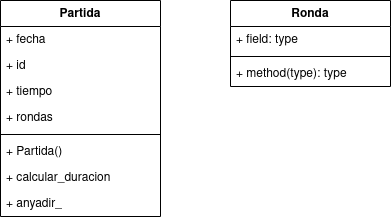
jdabrante/proyecto_ets keeps this draw.io diagram as doc/diagrama_clases/diagrama_clases.png. Above is the earlier version. Source tidied: cells renumbered, new cells last; positions are measured from the earlier drawing's top-left corner, leaving out a move shared by most shapes. The source it was exported from:
```xml
<mxGraphModel>
  <root>
    <mxCell id="0" />
    <mxCell id="1" parent="0" />
    <mxCell id="2" value="Partida" style="swimlane;fontStyle=1;align=center;verticalAlign=top;horizontal=1;startSize=26;whiteSpace=wrap;html=1;" parent="1" vertex="1">
      <mxGeometry width="160" height="216" as="geometry" />
    </mxCell>
    <mxCell id="3" value="&lt;div&gt;+ fecha&lt;/div&gt;&lt;div&gt;&lt;br&gt;&lt;/div&gt;" style="text;strokeColor=none;fillColor=none;align=left;verticalAlign=top;spacingLeft=4;spacingRight=4;overflow=hidden;whiteSpace=wrap;html=1;" parent="2" vertex="1">
      <mxGeometry y="26" width="160" height="26" as="geometry" />
    </mxCell>
    <mxCell id="4" value="+ id" style="text;strokeColor=none;fillColor=none;align=left;verticalAlign=top;spacingLeft=4;spacingRight=4;overflow=hidden;whiteSpace=wrap;html=1;" parent="2" vertex="1">
      <mxGeometry y="52" width="160" height="26" as="geometry" />
    </mxCell>
    <mxCell id="5" value="+ tiempo" style="text;strokeColor=none;fillColor=none;align=left;verticalAlign=top;spacingLeft=4;spacingRight=4;overflow=hidden;whiteSpace=wrap;html=1;" parent="2" vertex="1">
      <mxGeometry y="78" width="160" height="26" as="geometry" />
    </mxCell>
    <mxCell id="6" value="+ rondas " style="text;strokeColor=none;fillColor=none;align=left;verticalAlign=top;spacingLeft=4;spacingRight=4;overflow=hidden;whiteSpace=wrap;html=1;" parent="2" vertex="1">
      <mxGeometry y="104" width="160" height="26" as="geometry" />
    </mxCell>
    <mxCell id="7" style="line;strokeWidth=1;fillColor=none;align=left;verticalAlign=middle;spacingTop=-1;spacingLeft=3;spacingRight=3;labelPosition=right;strokeColor=inherit;" parent="2" vertex="1">
      <mxGeometry y="130" width="160" height="8" as="geometry" />
    </mxCell>
    <mxCell id="8" value="&lt;div&gt;+ Partida()&lt;/div&gt;&lt;div&gt;&lt;br&gt;&lt;/div&gt;" style="text;strokeColor=none;fillColor=none;align=left;verticalAlign=top;spacingLeft=4;spacingRight=4;overflow=hidden;whiteSpace=wrap;html=1;" parent="2" vertex="1">
      <mxGeometry y="138" width="160" height="26" as="geometry" />
    </mxCell>
    <mxCell id="9" value="+ calcular_duracion" style="text;strokeColor=none;fillColor=none;align=left;verticalAlign=top;spacingLeft=4;spacingRight=4;overflow=hidden;whiteSpace=wrap;html=1;" parent="2" vertex="1">
      <mxGeometry y="164" width="160" height="26" as="geometry" />
    </mxCell>
    <mxCell id="10" value="+ anyadir_" style="text;strokeColor=none;fillColor=none;align=left;verticalAlign=top;spacingLeft=4;spacingRight=4;overflow=hidden;whiteSpace=wrap;html=1;" parent="2" vertex="1">
      <mxGeometry y="190" width="160" height="26" as="geometry" />
    </mxCell>
    <mxCell id="11" value="Ronda" style="swimlane;fontStyle=1;align=center;verticalAlign=top;horizontal=1;startSize=26;whiteSpace=wrap;html=1;" parent="1" vertex="1">
      <mxGeometry x="230" width="160" height="86" as="geometry" />
    </mxCell>
    <mxCell id="12" value="+ field: type" style="text;strokeColor=none;fillColor=none;align=left;verticalAlign=top;spacingLeft=4;spacingRight=4;overflow=hidden;whiteSpace=wrap;html=1;" parent="11" vertex="1">
      <mxGeometry y="26" width="160" height="26" as="geometry" />
    </mxCell>
    <mxCell id="13" style="line;strokeWidth=1;fillColor=none;align=left;verticalAlign=middle;spacingTop=-1;spacingLeft=3;spacingRight=3;labelPosition=right;strokeColor=inherit;" parent="11" vertex="1">
      <mxGeometry y="52" width="160" height="8" as="geometry" />
    </mxCell>
    <mxCell id="14" value="+ method(type): type" style="text;strokeColor=none;fillColor=none;align=left;verticalAlign=top;spacingLeft=4;spacingRight=4;overflow=hidden;whiteSpace=wrap;html=1;" parent="11" vertex="1">
      <mxGeometry y="60" width="160" height="26" as="geometry" />
    </mxCell>
  </root>
</mxGraphModel>
```
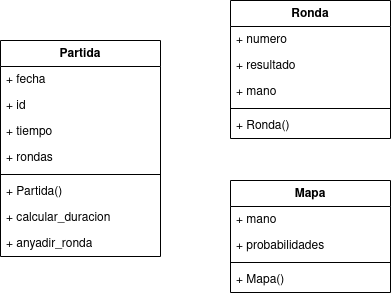
The same diagram one commit later.

The edit, as a diff of the source:
```diff
@@ -3,7 +3,7 @@
     <mxCell id="0" />
     <mxCell id="1" parent="0" />
     <mxCell id="2" value="Partida" style="swimlane;fontStyle=1;align=center;verticalAlign=top;horizontal=1;startSize=26;whiteSpace=wrap;html=1;" parent="1" vertex="1">
-      <mxGeometry width="160" height="216" as="geometry" />
+      <mxGeometry x="-260" y="110" width="160" height="216" as="geometry" />
     </mxCell>
     <mxCell id="3" value="&lt;div&gt;+ fecha&lt;/div&gt;&lt;div&gt;&lt;br&gt;&lt;/div&gt;" style="text;strokeColor=none;fillColor=none;align=left;verticalAlign=top;spacingLeft=4;spacingRight=4;overflow=hidden;whiteSpace=wrap;html=1;" parent="2" vertex="1">
       <mxGeometry y="26" width="160" height="26" as="geometry" />
@@ -26,20 +26,41 @@
     <mxCell id="9" value="+ calcular_duracion" style="text;strokeColor=none;fillColor=none;align=left;verticalAlign=top;spacingLeft=4;spacingRight=4;overflow=hidden;whiteSpace=wrap;html=1;" parent="2" vertex="1">
       <mxGeometry y="164" width="160" height="26" as="geometry" />
     </mxCell>
-    <mxCell id="10" value="+ anyadir_" style="text;strokeColor=none;fillColor=none;align=left;verticalAlign=top;spacingLeft=4;spacingRight=4;overflow=hidden;whiteSpace=wrap;html=1;" parent="2" vertex="1">
+    <mxCell id="10" value="+ anyadir_ronda" style="text;strokeColor=none;fillColor=none;align=left;verticalAlign=top;spacingLeft=4;spacingRight=4;overflow=hidden;whiteSpace=wrap;html=1;" parent="2" vertex="1">
       <mxGeometry y="190" width="160" height="26" as="geometry" />
     </mxCell>
     <mxCell id="11" value="Ronda" style="swimlane;fontStyle=1;align=center;verticalAlign=top;horizontal=1;startSize=26;whiteSpace=wrap;html=1;" parent="1" vertex="1">
-      <mxGeometry x="230" width="160" height="86" as="geometry" />
+      <mxGeometry x="-30" y="70" width="160" height="138" as="geometry" />
     </mxCell>
-    <mxCell id="12" value="+ field: type" style="text;strokeColor=none;fillColor=none;align=left;verticalAlign=top;spacingLeft=4;spacingRight=4;overflow=hidden;whiteSpace=wrap;html=1;" parent="11" vertex="1">
+    <mxCell id="12" value="+ numero" style="text;strokeColor=none;fillColor=none;align=left;verticalAlign=top;spacingLeft=4;spacingRight=4;overflow=hidden;whiteSpace=wrap;html=1;" parent="11" vertex="1">
       <mxGeometry y="26" width="160" height="26" as="geometry" />
     </mxCell>
+    <mxCell id="15" value="&lt;div&gt;+ resultado&lt;/div&gt;" style="text;strokeColor=none;fillColor=none;align=left;verticalAlign=top;spacingLeft=4;spacingRight=4;overflow=hidden;whiteSpace=wrap;html=1;" parent="11" vertex="1">
+      <mxGeometry y="52" width="160" height="26" as="geometry" />
+    </mxCell>
+    <mxCell id="16" value="+ mano" style="text;strokeColor=none;fillColor=none;align=left;verticalAlign=top;spacingLeft=4;spacingRight=4;overflow=hidden;whiteSpace=wrap;html=1;" parent="11" vertex="1">
+      <mxGeometry y="78" width="160" height="26" as="geometry" />
+    </mxCell>
     <mxCell id="13" style="line;strokeWidth=1;fillColor=none;align=left;verticalAlign=middle;spacingTop=-1;spacingLeft=3;spacingRight=3;labelPosition=right;strokeColor=inherit;" parent="11" vertex="1">
-      <mxGeometry y="52" width="160" height="8" as="geometry" />
+      <mxGeometry y="104" width="160" height="8" as="geometry" />
     </mxCell>
-    <mxCell id="14" value="+ method(type): type" style="text;strokeColor=none;fillColor=none;align=left;verticalAlign=top;spacingLeft=4;spacingRight=4;overflow=hidden;whiteSpace=wrap;html=1;" parent="11" vertex="1">
-      <mxGeometry y="60" width="160" height="26" as="geometry" />
+    <mxCell id="14" value="+ Ronda()" style="text;strokeColor=none;fillColor=none;align=left;verticalAlign=top;spacingLeft=4;spacingRight=4;overflow=hidden;whiteSpace=wrap;html=1;" parent="11" vertex="1">
+      <mxGeometry y="112" width="160" height="26" as="geometry" />
     </mxCell>
+    <mxCell id="17" value="Mapa" style="swimlane;fontStyle=1;align=center;verticalAlign=top;horizontal=1;startSize=26;whiteSpace=wrap;html=1;" parent="1" vertex="1">
+      <mxGeometry x="-30" y="250" width="160" height="112" as="geometry" />
+    </mxCell>
+    <mxCell id="18" value="&lt;div&gt;+ mano&lt;/div&gt;" style="text;strokeColor=none;fillColor=none;align=left;verticalAlign=top;spacingLeft=4;spacingRight=4;overflow=hidden;whiteSpace=wrap;html=1;" parent="17" vertex="1">
+      <mxGeometry y="26" width="160" height="26" as="geometry" />
+    </mxCell>
+    <mxCell id="19" value="+ probabilidades" style="text;strokeColor=none;fillColor=none;align=left;verticalAlign=top;spacingLeft=4;spacingRight=4;overflow=hidden;whiteSpace=wrap;html=1;" parent="17" vertex="1">
+      <mxGeometry y="52" width="160" height="26" as="geometry" />
+    </mxCell>
+    <mxCell id="20" style="line;strokeWidth=1;fillColor=none;align=left;verticalAlign=middle;spacingTop=-1;spacingLeft=3;spacingRight=3;labelPosition=right;strokeColor=inherit;" parent="17" vertex="1">
+      <mxGeometry y="78" width="160" height="8" as="geometry" />
+    </mxCell>
+    <mxCell id="21" value="+ Mapa()" style="text;strokeColor=none;fillColor=none;align=left;verticalAlign=top;spacingLeft=4;spacingRight=4;overflow=hidden;whiteSpace=wrap;html=1;" parent="17" vertex="1">
+      <mxGeometry y="86" width="160" height="26" as="geometry" />
+    </mxCell>
   </root>
 </mxGraphModel>
```
